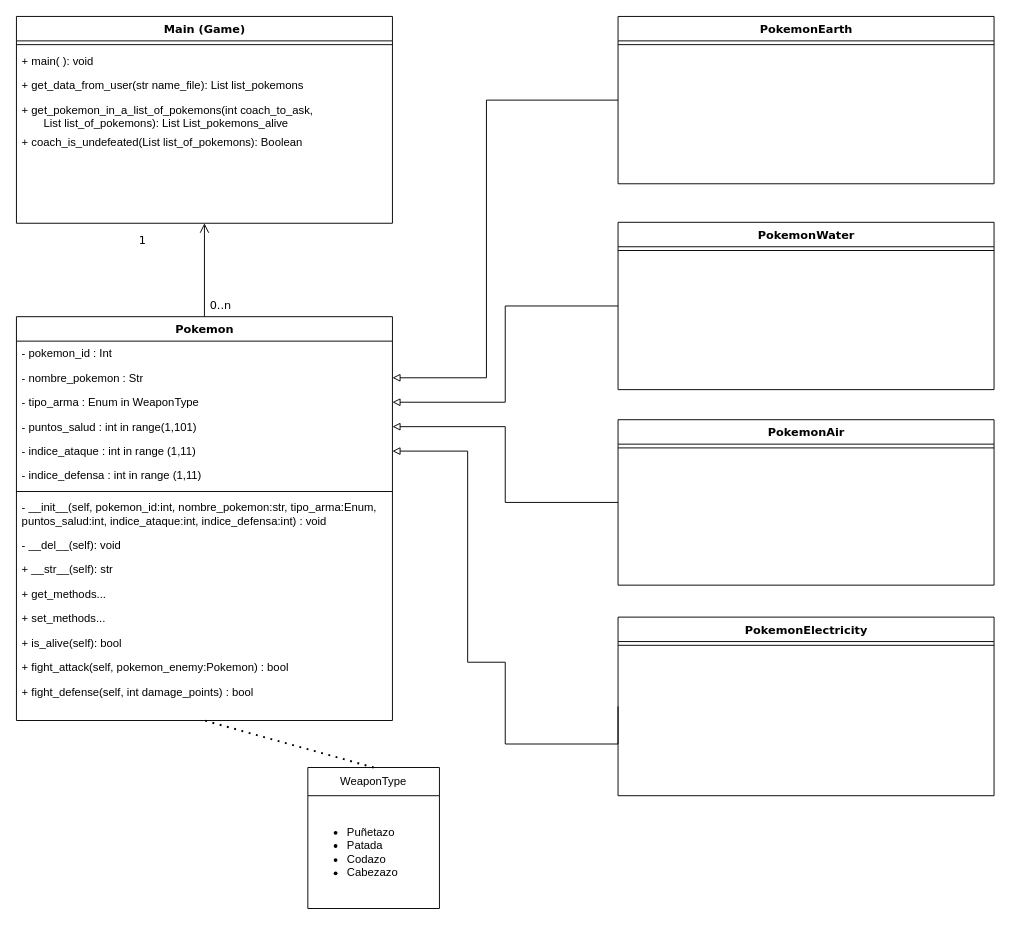
Above: page "UML" (1 of 2) of UMLs/ExamenParcial.drawio in lidia-veli/Parcial-POO_Pokemon (draw.io), before the change. Source tidied: cells renumbered, new cells numbered last; positions are measured from the earlier drawing's top-left corner, leaving out a move shared by most shapes. Both pictures are drawn from the tidied source at 94%, with x=0, y=0 at pixel (16, 16).
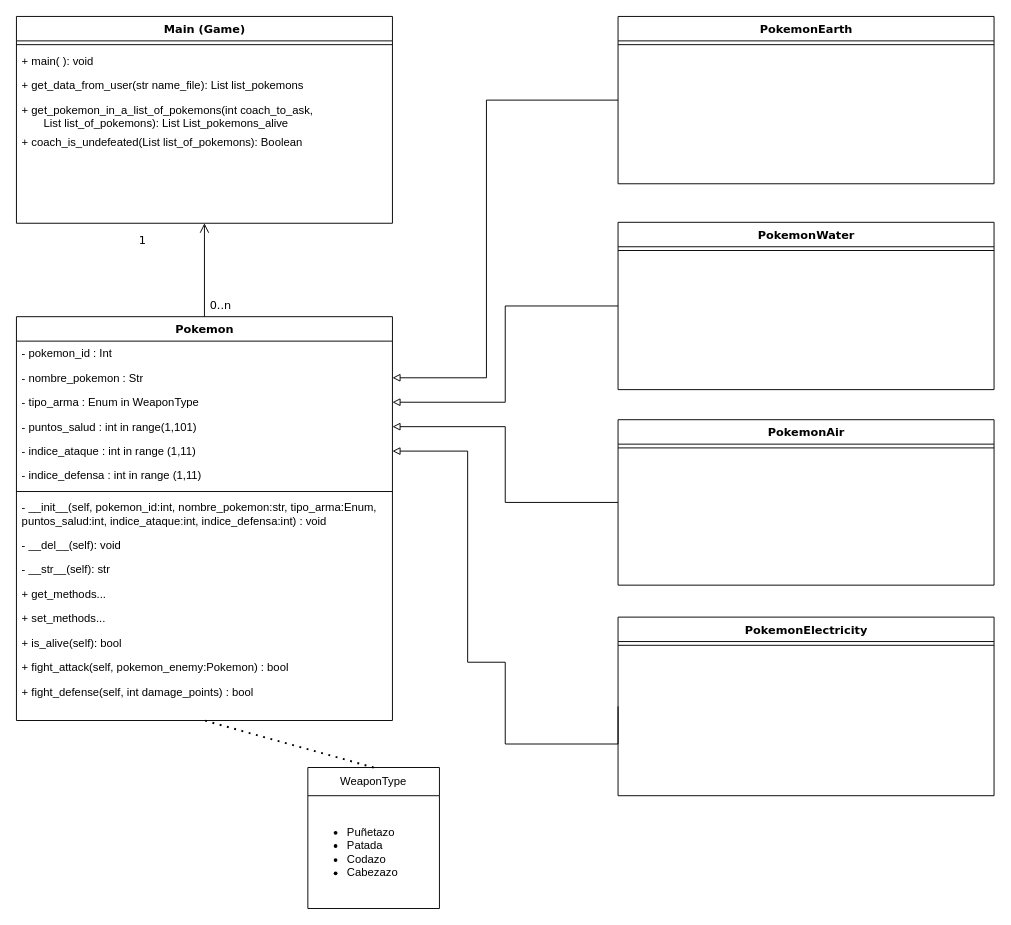
The same diagram, later.

Commit message (it also covers changes not shown here):
tipo Weapon

Unchanged cells that the change refers to:
```xml
<mxCell id="17" value="Pokemon" style="swimlane;html=1;fontStyle=1;align=center;verticalAlign=top;horizontal=1;startSize=26;swimlaneFillColor=none;rounded=0;shadow=0;comic=0;labelBackgroundColor=none;strokeWidth=1;fillColor=none;fontFamily=Verdana;fontSize=12;" parent="1" vertex="1">
  <mxGeometry y="319.4" width="400" height="429.6" as="geometry" />
</mxCell>
```

What changed in the source:
```diff
@@
-    <mxCell id="27" value="+ __str__(self): str" style="text;html=1;strokeColor=none;fillColor=none;align=left;verticalAlign=top;spacingLeft=4;spacingRight=4;whiteSpace=wrap;overflow=hidden;" parent="17" vertex="1">
+    <mxCell id="27" value="- __str__(self): str" style="text;html=1;strokeColor=none;fillColor=none;align=left;verticalAlign=top;spacingLeft=4;spacingRight=4;whiteSpace=wrap;overflow=hidden;" parent="17" vertex="1">
       <mxGeometry y="256" width="400" height="26" as="geometry" />
     </mxCell>
```
